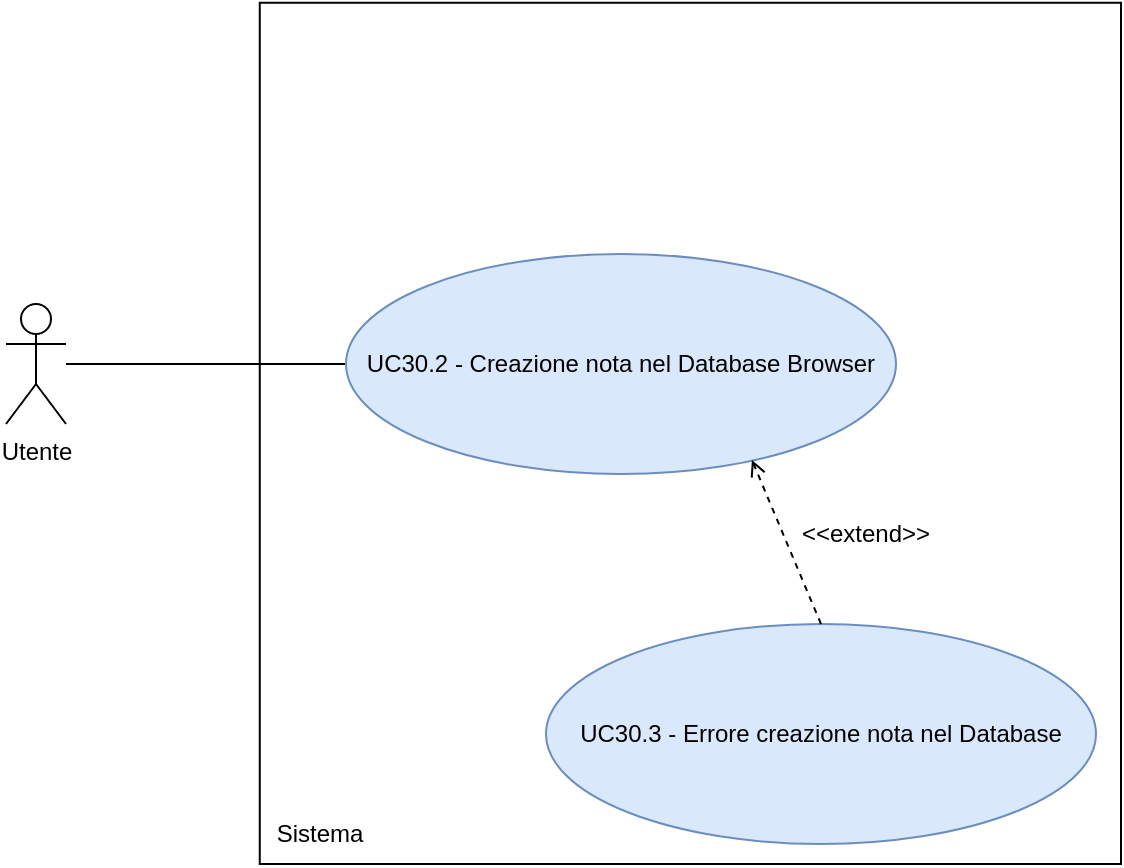
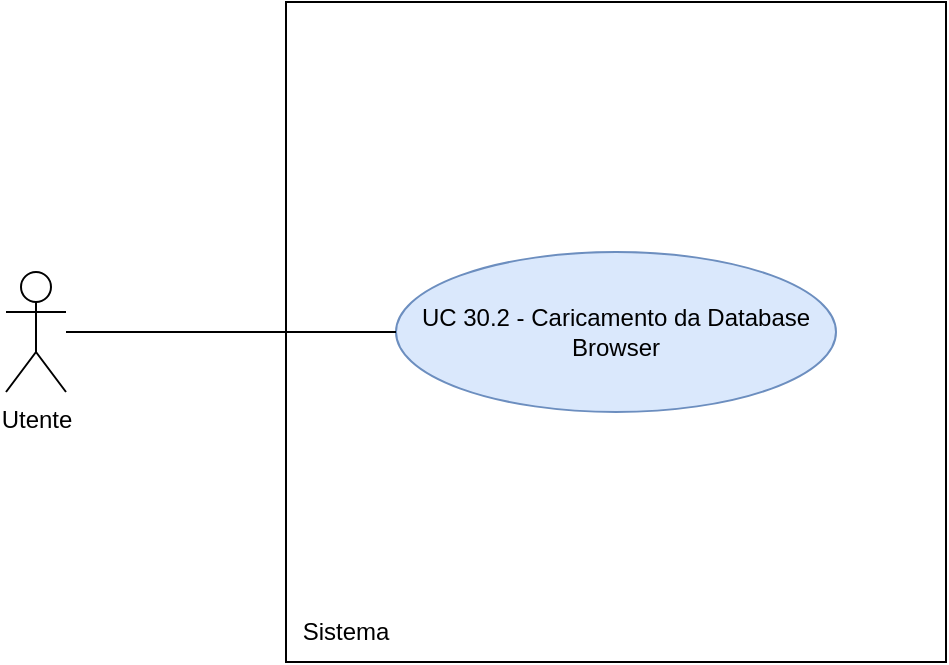
- <mxfile host="Electron" agent="Mozilla/5.0 (Macintosh; Intel Mac OS X 10_15_7) AppleWebKit/537.36 (KHTML, like Gecko) draw.io/29.6.6 Chrome/144.0.7559.236 Electron/40.8.4 Safari/537.36" version="29.6.6">
-   <diagram name="Page-1" id="txlnS8rQwgi-RHibTv1T">
-     <mxGraphModel dx="976" dy="656" grid="1" gridSize="10" guides="1" tooltips="1" connect="1" arrows="1" fold="1" page="1" pageScale="1" pageWidth="850" pageHeight="1100" math="0" shadow="0">
+ <mxfile host="app.diagrams.net">
+   <diagram name="UC 11 - Gestione Codice" id="Kt2Dgr2KxfvWRwyXOeAN">
+     <mxGraphModel dx="1483" dy="1032" grid="1" gridSize="10" guides="1" tooltips="1" connect="1" arrows="1" fold="1" page="1" pageScale="1" pageWidth="850" pageHeight="1100" math="0" shadow="0">
      <root>
        <mxCell id="0" />
        <mxCell id="1" parent="0" />
-         <mxCell id="FZwI5ev0mp1Ufgfl1J7u-1" parent="1" style="shape=umlActor;verticalLabelPosition=bottom;verticalAlign=top;html=1;outlineConnect=0;" value="Utente" vertex="1">
-           <mxGeometry height="60" width="30" x="140" y="270" as="geometry" />
+         <mxCell id="RaLqJGYHGWQkEpiDzxTo-652" parent="1" style="shape=umlActor;verticalLabelPosition=bottom;verticalAlign=top;html=1;outlineConnect=0;" value="Utente" vertex="1">
+           <mxGeometry height="60" width="30" x="140" y="395" as="geometry" />
        </mxCell>
-         <mxCell id="FZwI5ev0mp1Ufgfl1J7u-4" parent="1" style="whiteSpace=wrap;html=1;aspect=fixed;" value="" vertex="1">
-           <mxGeometry height="430.62" width="430.62" x="266.88" y="119.38" as="geometry" />
+         <mxCell id="RaLqJGYHGWQkEpiDzxTo-653" parent="1" style="whiteSpace=wrap;html=1;aspect=fixed;" value="" vertex="1">
+           <mxGeometry height="330" width="330" x="280" y="260" as="geometry" />
        </mxCell>
-         <mxCell id="FZwI5ev0mp1Ufgfl1J7u-6" edge="1" parent="1" source="FZwI5ev0mp1Ufgfl1J7u-5" style="edgeStyle=orthogonalEdgeStyle;rounded=0;orthogonalLoop=1;jettySize=auto;html=1;endArrow=none;endFill=0;">
-           <mxGeometry relative="1" as="geometry">
-             <mxPoint x="170" y="300" as="targetPoint" />
-           </mxGeometry>
+         <mxCell id="RaLqJGYHGWQkEpiDzxTo-654" parent="1" style="text;html=1;whiteSpace=wrap;strokeColor=none;fillColor=none;align=center;verticalAlign=middle;rounded=0;" value="Sistema" vertex="1">
+           <mxGeometry height="30" width="60" x="280" y="560" as="geometry" />
        </mxCell>
-         <mxCell id="FZwI5ev0mp1Ufgfl1J7u-5" parent="1" style="ellipse;whiteSpace=wrap;html=1;fillColor=#dae8fc;strokeColor=#6c8ebf;" value="UC30.2 - Creazione nota nel Database Browser" vertex="1">
-           <mxGeometry height="110" width="275" x="310" y="245" as="geometry" />
+         <mxCell id="RaLqJGYHGWQkEpiDzxTo-655" parent="1" style="ellipse;whiteSpace=wrap;html=1;fillColor=#dae8fc;strokeColor=#6c8ebf;" value="UC 30.2 - Caricamento da Database Browser" vertex="1">
+           <mxGeometry height="80" width="220" x="335" y="385" as="geometry" />
        </mxCell>
-         <mxCell id="FZwI5ev0mp1Ufgfl1J7u-7" parent="1" style="text;html=1;whiteSpace=wrap;strokeColor=none;fillColor=none;align=center;verticalAlign=middle;rounded=0;" value="Sistema" vertex="1">
-           <mxGeometry height="30" width="60" x="266.88" y="520" as="geometry" />
-         </mxCell>
-         <mxCell id="x3BBztGvEo3tIvHxIrcs-1" parent="1" style="ellipse;whiteSpace=wrap;html=1;fillColor=#dae8fc;strokeColor=#6c8ebf;" value="UC30.3 - Errore creazione nota nel Database" vertex="1">
-           <mxGeometry height="110" width="275" x="410" y="430" as="geometry" />
-         </mxCell>
-         <mxCell id="x3BBztGvEo3tIvHxIrcs-2" edge="1" parent="1" source="x3BBztGvEo3tIvHxIrcs-1" style="endArrow=open;dashed=1;html=1;rounded=0;entryX=0.738;entryY=0.936;entryDx=0;entryDy=0;entryPerimeter=0;exitX=0.5;exitY=0;exitDx=0;exitDy=0;startArrow=none;startFill=0;endFill=0;" target="FZwI5ev0mp1Ufgfl1J7u-5" value="">
-           <mxGeometry height="50" relative="1" width="50" as="geometry">
-             <mxPoint x="400" y="370" as="sourcePoint" />
-             <mxPoint x="450" y="320" as="targetPoint" />
-           </mxGeometry>
-         </mxCell>
-         <mxCell id="x3BBztGvEo3tIvHxIrcs-3" parent="1" style="text;html=1;whiteSpace=wrap;strokeColor=none;fillColor=none;align=center;verticalAlign=middle;rounded=0;" value="&amp;lt;&amp;lt;extend&amp;gt;&amp;gt;" vertex="1">
-           <mxGeometry height="30" width="60" x="540" y="370" as="geometry" />
+         <mxCell id="RaLqJGYHGWQkEpiDzxTo-656" edge="1" parent="1" source="RaLqJGYHGWQkEpiDzxTo-652" style="edgeStyle=none;rounded=0;orthogonalLoop=1;jettySize=auto;html=1;endArrow=none;endFill=0;" target="RaLqJGYHGWQkEpiDzxTo-655">
+           <mxGeometry relative="1" as="geometry" />
        </mxCell>
      </root>
    </mxGraphModel>
  </diagram>
</mxfile>
